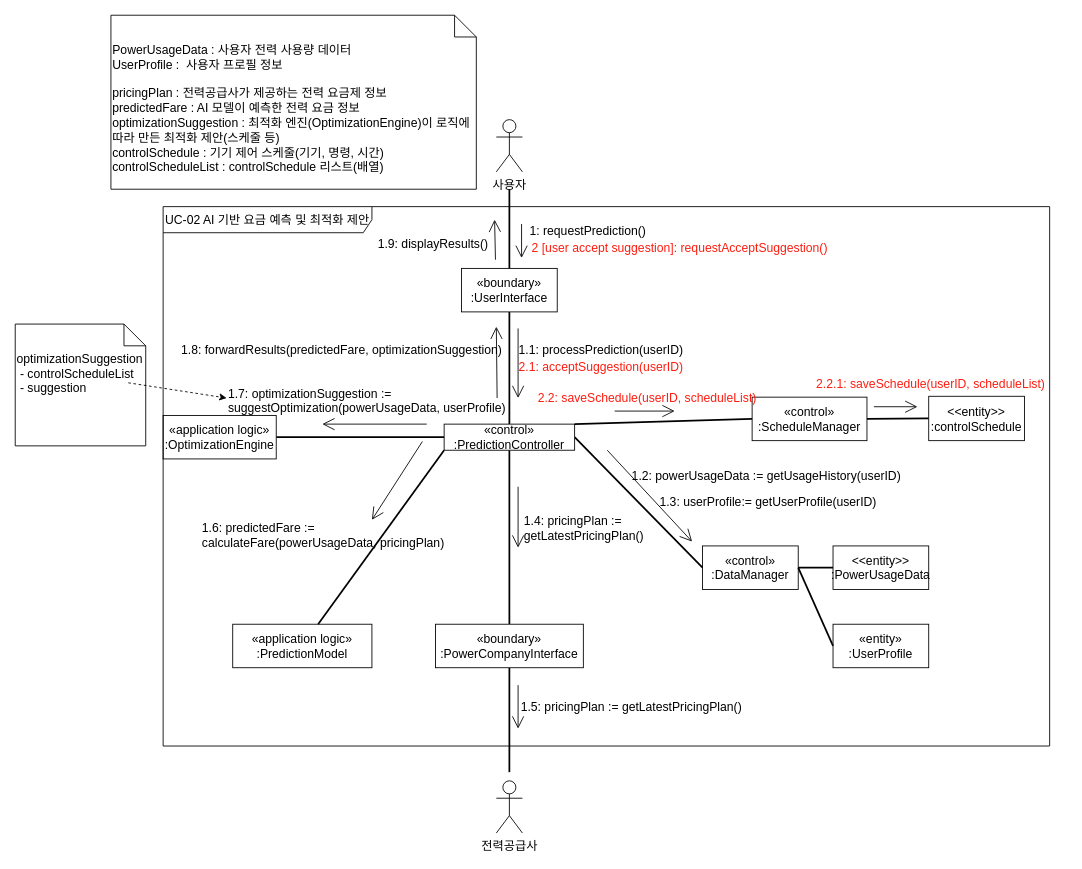
Earlier version of the draw.io diagram page "UC-02" (1 of 4) of DomainModeling.drawio (GeniusHoon/AssociateArchitect). Source tidied: cells renumbered, new cells numbered last; positions are measured from the earlier drawing's top-left corner, leaving out a move shared by most shapes. Both pictures are drawn from the tidied source at 87%, with x=0, y=0 at pixel (15, 15).
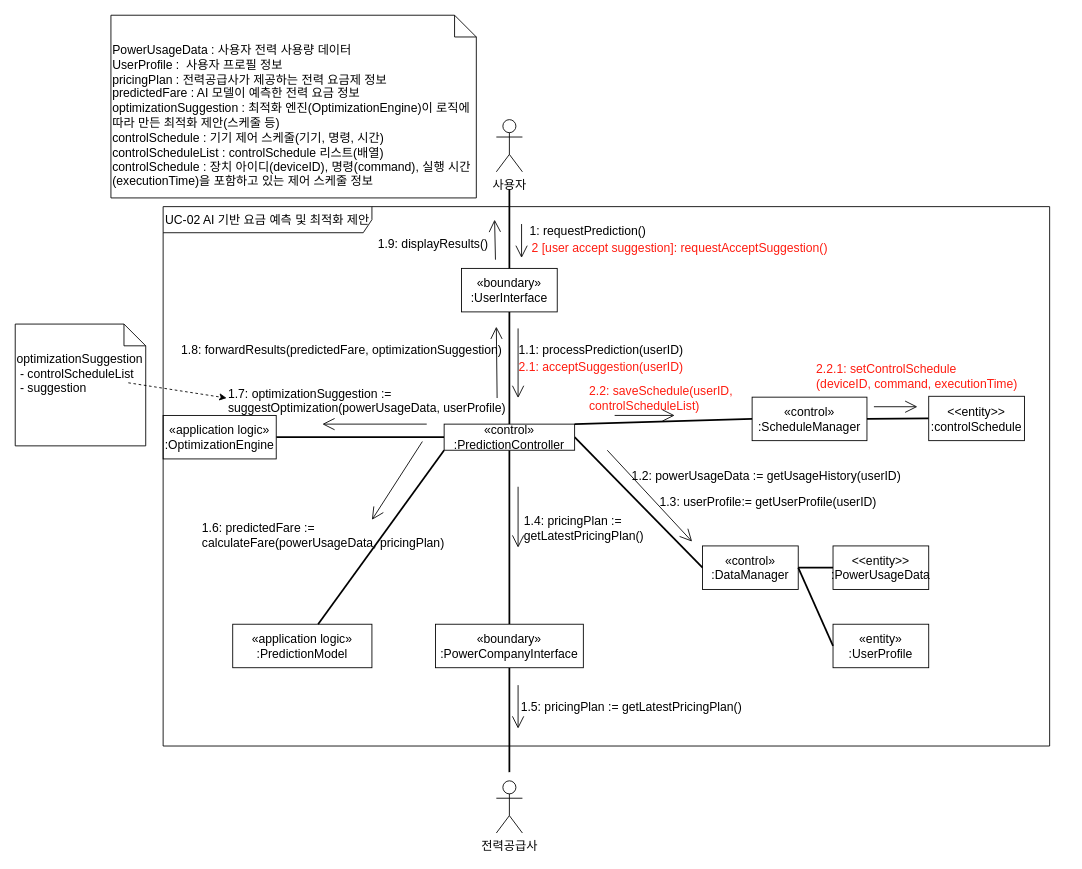
The same diagram, later.

Unchanged cells that the change refers to:
```xml
<mxCell id="6" value="UC-02 AI 기반 요금 예측 및 최적화 제안" style="shape=umlFrame;whiteSpace=wrap;html=1;width=240;height=30;fontSize=14;" parent="1" vertex="1">
  <mxGeometry x="170" y="220" width="1019" height="620" as="geometry" />
</mxCell>
```

Change to the diagram source:
```diff
@@
-    <mxCell id="5" value="PowerUsageData : 사용자 전력 사용량 데이터&lt;div&gt;UserProfile :&amp;nbsp; 사용자 프로필 정보&lt;/div&gt;&lt;div&gt;&lt;br&gt;&lt;/div&gt;&lt;div&gt;pricingPlan : 전력공급사가 제공하는 전력 요금제 정보&lt;/div&gt;&lt;div&gt;predictedFare : AI 모델이 예측한 전력 요금 정보&lt;/div&gt;&lt;div&gt;optimizationSuggestion : 최적화 엔진(OptimizationEngine)이 로직에 따라 만든 최적화 제안(스케줄 등)&lt;/div&gt;&lt;div&gt;controlSchedule : 기기 제어 스케줄(기기, 명령, 시간)&lt;/div&gt;&lt;div&gt;controlScheduleList : controlSchedule 리스트(배열)&lt;/div&gt;&lt;div&gt;&lt;br&gt;&lt;/div&gt;" style="shape=note2;boundedLbl=1;whiteSpace=wrap;html=1;size=25;verticalAlign=top;align=left;fontSize=14;" parent="1" vertex="1">
-      <mxGeometry x="110" width="420" height="200" as="geometry" />
+    <mxCell id="5" value="PowerUsageData : 사용자 전력 사용량 데이터&lt;div&gt;UserProfile :&amp;nbsp; 사용자 프로필 정보&lt;/div&gt;&lt;div&gt;pricingPlan : 전력공급사가 제공하는 전력 요금제 정보&lt;/div&gt;&lt;div&gt;predictedFare : AI 모델이 예측한 전력 요금 정보&lt;/div&gt;&lt;div&gt;optimizationSuggestion : 최적화 엔진(OptimizationEngine)이 로직에 따라 만든 최적화 제안(스케줄 등)&lt;/div&gt;&lt;div&gt;controlSchedule : 기기 제어 스케줄(기기, 명령, 시간)&lt;/div&gt;&lt;div&gt;controlScheduleList : controlSchedule 리스트(배열)&lt;/div&gt;&lt;div&gt;controlSchedule : 장치 아이디(deviceID), 명령(command), 실행 시간(executionTime)을 포함하고 있는&amp;nbsp;&lt;span style=&quot;background-color: transparent; color: light-dark(rgb(0, 0, 0), rgb(255, 255, 255));&quot;&gt;제어 스케줄 정보&lt;/span&gt;&lt;/div&gt;&lt;div&gt;&lt;br&gt;&lt;/div&gt;" style="shape=note2;boundedLbl=1;whiteSpace=wrap;html=1;size=25;verticalAlign=top;align=left;fontSize=14;" parent="1" vertex="1">
+      <mxGeometry x="110" width="420" height="210" as="geometry" />
     </mxCell>
@@
-    <mxCell id="22" value="2.2: saveSchedule(userID, scheduleList)" style="text;html=1;align=left;verticalAlign=middle;strokeColor=none;fillColor=none;fontSize=14;textShadow=0;labelBackgroundColor=none;fontColor=#FF1C10;" parent="6" vertex="1">
-      <mxGeometry x="429" y="205" width="270" height="30" as="geometry" />
+    <mxCell id="22" value="2.2: saveSchedule(userID,&lt;div&gt;controlScheduleList)&lt;/div&gt;" style="text;html=1;align=left;verticalAlign=middle;strokeColor=none;fillColor=none;fontSize=14;textShadow=0;labelBackgroundColor=none;fontColor=#FF1C10;" parent="6" vertex="1">
+      <mxGeometry x="488" y="195" width="190" height="50" as="geometry" />
     </mxCell>
@@
     <mxCell id="48" style="endArrow=open;endFill=1;endSize=12;html=1;rounded=0;fontSize=14;" parent="6" edge="1">
       <mxGeometry relative="1" as="geometry">
-        <mxPoint x="519" y="235" as="sourcePoint" />
-        <mxPoint x="588" y="235" as="targetPoint" />
+        <mxPoint x="519" y="240" as="sourcePoint" />
+        <mxPoint x="588" y="240" as="targetPoint" />
       </mxGeometry>
     </mxCell>
@@
+    <mxCell id="51" style="endArrow=open;endFill=1;endSize=12;html=1;rounded=0;fontSize=14;" parent="6" edge="1">
+      <mxGeometry relative="1" as="geometry">
+        <mxPoint x="817" y="230" as="sourcePoint" />
+        <mxPoint x="867" y="230" as="targetPoint" />
+      </mxGeometry>
+    </mxCell>
-    <mxCell id="50" value="2.2.1: saveSchedule(userID, scheduleList)" style="text;html=1;align=left;verticalAlign=middle;strokeColor=none;fillColor=none;fontSize=14;textShadow=0;labelBackgroundColor=none;fontColor=#FF1C10;" parent="6" vertex="1">
-      <mxGeometry x="749" y="189" width="290" height="30" as="geometry" />
+    <mxCell id="50" value="2.2.1: setControlSchedule&lt;div&gt;(deviceID, command, executionTime&lt;span style=&quot;background-color: transparent; color: light-dark(rgb(255, 28, 16), rgb(255, 132, 122));&quot;&gt;)&lt;/span&gt;&lt;/div&gt;" style="text;html=1;align=left;verticalAlign=middle;strokeColor=none;fillColor=none;fontSize=14;textShadow=0;labelBackgroundColor=none;fontColor=#FF1C10;" parent="6" vertex="1">
+      <mxGeometry x="749" y="170" width="250" height="50" as="geometry" />
     </mxCell>
-    <mxCell id="51" style="endArrow=open;endFill=1;endSize=12;html=1;rounded=0;fontSize=14;" parent="6" edge="1">
-      <mxGeometry relative="1" as="geometry">
-        <mxPoint x="817" y="230" as="sourcePoint" />
-        <mxPoint x="867" y="230" as="targetPoint" />
-      </mxGeometry>
-    </mxCell>
```
